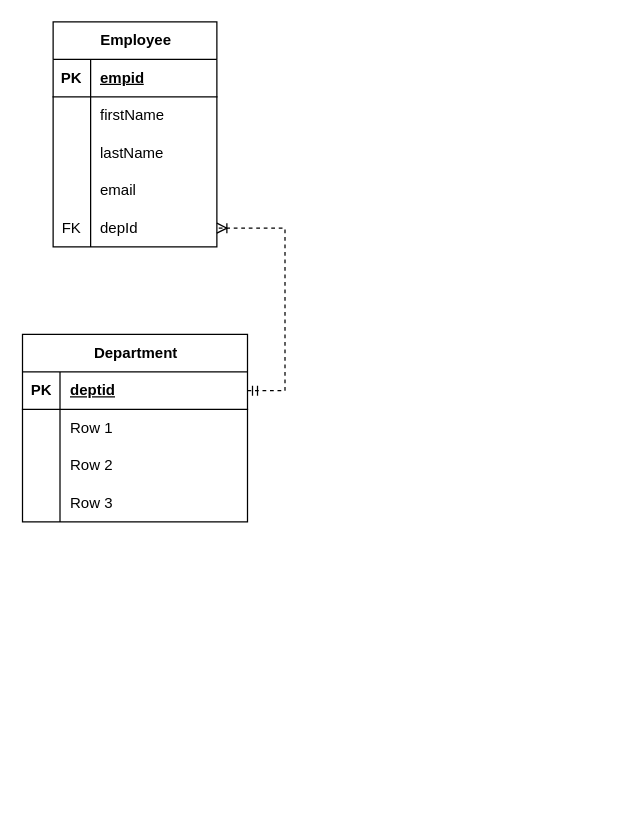
ElleCrowe/EntityRelationshipDiagram keeps this draw.io diagram as Untitled Diagram.drawio. Above is the earlier version. Source tidied: cells renumbered, new cells numbered last; positions are measured from the earlier drawing's top-left corner, leaving out a move shared by most shapes. Both pictures are drawn from the tidied source at 125%, with x=0, y=0 at pixel (22, 21).
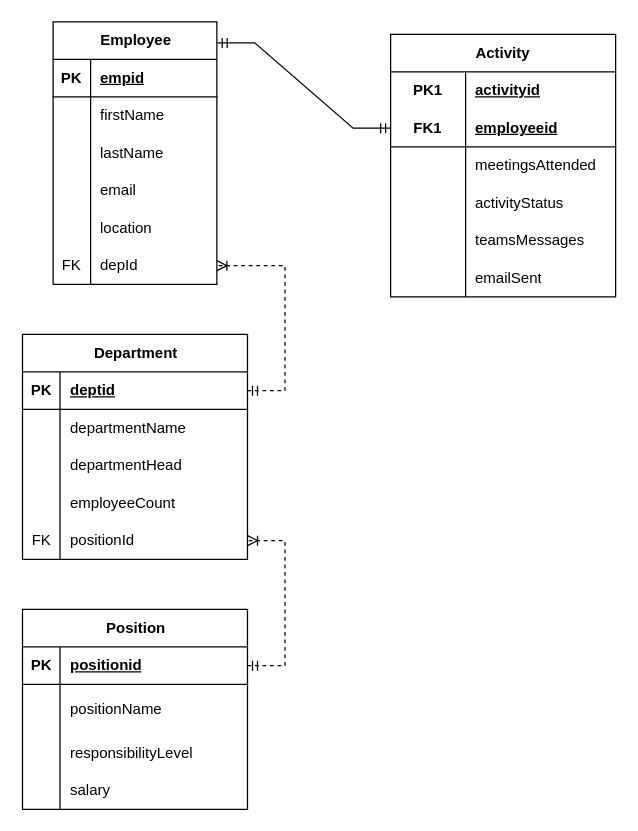
Above is the later version.

The change refers to these unchanged cells:
```xml
<mxCell id="22" style="shape=tableRow;horizontal=0;startSize=0;swimlaneHead=0;swimlaneBody=0;fillColor=none;top=0;left=0;right=0;bottom=0;" parent="18" vertex="1">
  <mxGeometry y="60" width="180" height="30" as="geometry" />
</mxCell>
<mxCell id="25" style="shape=tableRow;horizontal=0;startSize=0;swimlaneHead=0;swimlaneBody=0;fillColor=none;top=0;left=0;right=0;bottom=0;" parent="18" vertex="1">
  <mxGeometry y="90" width="180" height="30" as="geometry" />
</mxCell>
<mxCell id="28" style="shape=tableRow;horizontal=0;startSize=0;swimlaneHead=0;swimlaneBody=0;fillColor=none;top=0;left=0;right=0;bottom=0;" parent="18" vertex="1">
  <mxGeometry y="120" width="180" height="30" as="geometry" />
</mxCell>
```

The edit, as a diff of the source:
```diff
@@
     <mxCell id="2" value="Employee" style="shape=table;startSize=30;childLayout=tableLayout;rowLines=0;fontStyle=1;align=center;html=1;" parent="1" vertex="1">
-      <mxGeometry x="24" width="131" height="180" as="geometry" />
+      <mxGeometry x="24" width="131" height="210" as="geometry" />
     </mxCell>
@@
+    <mxCell id="32" style="shape=tableRow;horizontal=0;startSize=0;swimlaneHead=0;swimlaneBody=0;fillColor=none;top=0;left=0;right=0;bottom=0;" parent="2" vertex="1">
+      <mxGeometry y="150" width="131" height="30" as="geometry" />
+    </mxCell>
+    <mxCell id="33" style="shape=partialRectangle;fillColor=none;top=0;left=0;bottom=0;right=0;overflow=hidden;whiteSpace=wrap;html=1;" parent="32" vertex="1">
+      <mxGeometry width="30" height="30" as="geometry" />
+    </mxCell>
+    <mxCell id="34" value="location" style="shape=partialRectangle;fillColor=none;top=0;left=0;bottom=0;right=0;align=left;spacingLeft=6;overflow=hidden;whiteSpace=wrap;html=1;" parent="32" vertex="1">
+      <mxGeometry x="30" width="101" height="30" as="geometry" />
+    </mxCell>
     <mxCell id="15" style="shape=tableRow;horizontal=0;startSize=0;swimlaneHead=0;swimlaneBody=0;fillColor=none;points=[[0,0.5],[1,0.5]];portConstraint=eastwest;top=0;left=0;right=0;bottom=0;" parent="2" vertex="1">
-      <mxGeometry y="150" width="131" height="30" as="geometry" />
+      <mxGeometry y="180" width="131" height="30" as="geometry" />
     </mxCell>
@@
     <mxCell id="18" value="Department" style="shape=table;startSize=30;childLayout=tableLayout;rowLines=0;fontStyle=1;align=center;html=1;" parent="1" vertex="1">
-      <mxGeometry x="-0.5" y="250" width="180" height="150" as="geometry" />
+      <mxGeometry x="-0.5" y="250" width="180" height="180" as="geometry" />
     </mxCell>
@@
-    <mxCell id="24" value="Row 1" style="shape=partialRectangle;fillColor=none;top=0;left=0;bottom=0;right=0;align=left;spacingLeft=6;overflow=hidden;whiteSpace=wrap;html=1;" parent="22" vertex="1">
+    <mxCell id="24" value="departmentName" style="shape=partialRectangle;fillColor=none;top=0;left=0;bottom=0;right=0;align=left;spacingLeft=6;overflow=hidden;whiteSpace=wrap;html=1;" parent="22" vertex="1">
       <mxGeometry x="30" width="150" height="30" as="geometry" />
     </mxCell>
@@
-    <mxCell id="27" value="Row 2" style="shape=partialRectangle;fillColor=none;top=0;left=0;bottom=0;right=0;align=left;spacingLeft=6;overflow=hidden;whiteSpace=wrap;html=1;" parent="25" vertex="1">
+    <mxCell id="27" value="departmentHead" style="shape=partialRectangle;fillColor=none;top=0;left=0;bottom=0;right=0;align=left;spacingLeft=6;overflow=hidden;whiteSpace=wrap;html=1;" parent="25" vertex="1">
       <mxGeometry x="30" width="150" height="30" as="geometry" />
     </mxCell>
@@
-    <mxCell id="30" value="Row 3" style="shape=partialRectangle;fillColor=none;top=0;left=0;bottom=0;right=0;align=left;spacingLeft=6;overflow=hidden;whiteSpace=wrap;html=1;" parent="28" vertex="1">
+    <mxCell id="30" value="employeeCount" style="shape=partialRectangle;fillColor=none;top=0;left=0;bottom=0;right=0;align=left;spacingLeft=6;overflow=hidden;whiteSpace=wrap;html=1;" parent="28" vertex="1">
       <mxGeometry x="30" width="150" height="30" as="geometry" />
     </mxCell>
+    <mxCell id="35" style="shape=tableRow;horizontal=0;startSize=0;swimlaneHead=0;swimlaneBody=0;fillColor=none;points=[[0,0.5],[1,0.5]];portConstraint=eastwest;top=0;left=0;right=0;bottom=0;" parent="18" vertex="1">
+      <mxGeometry y="150" width="180" height="30" as="geometry" />
+    </mxCell>
+    <mxCell id="36" value="FK" style="shape=partialRectangle;fillColor=none;top=0;left=0;bottom=0;right=0;overflow=hidden;whiteSpace=wrap;html=1;" parent="35" vertex="1">
+      <mxGeometry width="30" height="30" as="geometry" />
+    </mxCell>
+    <mxCell id="37" value="positionId" style="shape=partialRectangle;fillColor=none;top=0;left=0;bottom=0;right=0;align=left;spacingLeft=6;overflow=hidden;whiteSpace=wrap;html=1;" parent="35" vertex="1">
+      <mxGeometry x="30" width="150" height="30" as="geometry" />
+    </mxCell>
@@
+    <mxCell id="38" value="Position" style="shape=table;startSize=30;childLayout=tableLayout;rowLines=0;fontStyle=1;align=center;html=1;" parent="1" vertex="1">
+      <mxGeometry x="-0.5" y="470" width="180" height="160" as="geometry" />
+    </mxCell>
+    <mxCell id="39" style="shape=tableRow;horizontal=0;startSize=0;swimlaneHead=0;swimlaneBody=0;fillColor=none;points=[[0,0.5],[1,0.5]];portConstraint=eastwest;top=0;left=0;right=0;bottom=1;" parent="38" vertex="1">
+      <mxGeometry y="30" width="180" height="30" as="geometry" />
+    </mxCell>
+    <mxCell id="40" value="PK" style="shape=partialRectangle;fillColor=none;top=0;left=0;bottom=0;right=0;fontStyle=1;overflow=hidden;whiteSpace=wrap;html=1;" parent="39" vertex="1">
+      <mxGeometry width="30" height="30" as="geometry" />
+    </mxCell>
+    <mxCell id="41" value="positionid" style="shape=partialRectangle;fillColor=none;top=0;left=0;bottom=0;right=0;align=left;spacingLeft=6;fontStyle=5;overflow=hidden;whiteSpace=wrap;html=1;" parent="39" vertex="1">
+      <mxGeometry x="30" width="150" height="30" as="geometry" />
+    </mxCell>
+    <mxCell id="42" style="shape=tableRow;horizontal=0;startSize=0;swimlaneHead=0;swimlaneBody=0;fillColor=none;top=0;left=0;right=0;bottom=0;" parent="38" vertex="1">
+      <mxGeometry y="60" width="180" height="40" as="geometry" />
+    </mxCell>
+    <mxCell id="43" style="shape=partialRectangle;fillColor=none;top=0;left=0;bottom=0;right=0;overflow=hidden;whiteSpace=wrap;html=1;" parent="42" vertex="1">
+      <mxGeometry width="30" height="40" as="geometry" />
+    </mxCell>
+    <mxCell id="44" value="positionName" style="shape=partialRectangle;fillColor=none;top=0;left=0;bottom=0;right=0;align=left;spacingLeft=6;overflow=hidden;whiteSpace=wrap;html=1;" parent="42" vertex="1">
+      <mxGeometry x="30" width="150" height="40" as="geometry" />
+    </mxCell>
+    <mxCell id="45" style="shape=tableRow;horizontal=0;startSize=0;swimlaneHead=0;swimlaneBody=0;fillColor=none;top=0;left=0;right=0;bottom=0;" parent="38" vertex="1">
+      <mxGeometry y="100" width="180" height="30" as="geometry" />
+    </mxCell>
+    <mxCell id="46" style="shape=partialRectangle;fillColor=none;top=0;left=0;bottom=0;right=0;overflow=hidden;whiteSpace=wrap;html=1;" parent="45" vertex="1">
+      <mxGeometry width="30" height="30" as="geometry" />
+    </mxCell>
+    <mxCell id="47" value="responsibilityLevel" style="shape=partialRectangle;fillColor=none;top=0;left=0;bottom=0;right=0;align=left;spacingLeft=6;overflow=hidden;whiteSpace=wrap;html=1;" parent="45" vertex="1">
+      <mxGeometry x="30" width="150" height="30" as="geometry" />
+    </mxCell>
+    <mxCell id="48" style="shape=tableRow;horizontal=0;startSize=0;swimlaneHead=0;swimlaneBody=0;fillColor=none;top=0;left=0;right=0;bottom=0;" parent="38" vertex="1">
+      <mxGeometry y="130" width="180" height="30" as="geometry" />
+    </mxCell>
+    <mxCell id="49" style="shape=partialRectangle;fillColor=none;top=0;left=0;bottom=0;right=0;overflow=hidden;whiteSpace=wrap;html=1;" parent="48" vertex="1">
+      <mxGeometry width="30" height="30" as="geometry" />
+    </mxCell>
+    <mxCell id="50" value="salary" style="shape=partialRectangle;fillColor=none;top=0;left=0;bottom=0;right=0;align=left;spacingLeft=6;overflow=hidden;whiteSpace=wrap;html=1;" parent="48" vertex="1">
+      <mxGeometry x="30" width="150" height="30" as="geometry" />
+    </mxCell>
+    <mxCell id="51" style="edgeStyle=entityRelationEdgeStyle;fontSize=12;html=1;endArrow=ERoneToMany;startArrow=ERmandOne;rounded=0;exitX=1;exitY=0.5;exitDx=0;exitDy=0;entryX=1;entryY=0.5;entryDx=0;entryDy=0;dashed=1;" parent="1" edge="1" source="39" target="35">
+      <mxGeometry relative="1" as="geometry">
+        <Array as="points">
+          <mxPoint x="364.5" y="425" />
+          <mxPoint x="378.5" y="315" />
+        </Array>
+      </mxGeometry>
+    </mxCell>
+    <mxCell id="52" value="Activity" style="shape=table;startSize=30;childLayout=tableLayout;rowLines=0;fontStyle=1;align=center;html=1;whiteSpace=wrap;" parent="1" vertex="1">
+      <mxGeometry x="294" y="10" width="180" height="210" as="geometry" />
+    </mxCell>
+    <mxCell id="53" style="shape=tableRow;horizontal=0;startSize=0;swimlaneHead=0;swimlaneBody=0;fillColor=none;top=0;left=0;right=0;bottom=0;html=1;" parent="52" vertex="1">
+      <mxGeometry y="30" width="180" height="30" as="geometry" />
+    </mxCell>
+    <mxCell id="54" value="PK1" style="shape=partialRectangle;fillColor=none;top=0;left=0;bottom=0;right=0;fontStyle=1;overflow=hidden;html=1;whiteSpace=wrap;" parent="53" vertex="1">
+      <mxGeometry width="60" height="30" as="geometry" />
+    </mxCell>
+    <mxCell id="55" value="activityid" style="shape=partialRectangle;fillColor=none;top=0;left=0;bottom=0;right=0;align=left;spacingLeft=6;fontStyle=5;overflow=hidden;html=1;whiteSpace=wrap;" parent="53" vertex="1">
+      <mxGeometry x="60" width="120" height="30" as="geometry" />
+    </mxCell>
+    <mxCell id="56" style="shape=tableRow;horizontal=0;startSize=0;swimlaneHead=0;swimlaneBody=0;fillColor=none;points=[[0,0.5],[1,0.5]];portConstraint=eastwest;top=0;left=0;right=0;bottom=1;html=1;" parent="52" vertex="1">
+      <mxGeometry y="60" width="180" height="30" as="geometry" />
+    </mxCell>
+    <mxCell id="57" value="FK1" style="shape=partialRectangle;fillColor=none;top=0;left=0;bottom=0;right=0;fontStyle=1;overflow=hidden;html=1;whiteSpace=wrap;" parent="56" vertex="1">
+      <mxGeometry width="60" height="30" as="geometry" />
+    </mxCell>
+    <mxCell id="58" value="employeeid" style="shape=partialRectangle;fillColor=none;top=0;left=0;bottom=0;right=0;align=left;spacingLeft=6;fontStyle=5;overflow=hidden;html=1;whiteSpace=wrap;" parent="56" vertex="1">
+      <mxGeometry x="60" width="120" height="30" as="geometry" />
+    </mxCell>
+    <mxCell id="59" style="shape=tableRow;horizontal=0;startSize=0;swimlaneHead=0;swimlaneBody=0;fillColor=none;top=0;left=0;right=0;bottom=0;html=1;" parent="52" vertex="1">
+      <mxGeometry y="90" width="180" height="30" as="geometry" />
+    </mxCell>
+    <mxCell id="60" style="shape=partialRectangle;fillColor=none;top=0;left=0;bottom=0;right=0;overflow=hidden;html=1;whiteSpace=wrap;" parent="59" vertex="1">
+      <mxGeometry width="60" height="30" as="geometry" />
+    </mxCell>
+    <mxCell id="61" value="meetingsAttended" style="shape=partialRectangle;fillColor=none;top=0;left=0;bottom=0;right=0;align=left;spacingLeft=6;overflow=hidden;html=1;whiteSpace=wrap;" parent="59" vertex="1">
+      <mxGeometry x="60" width="120" height="30" as="geometry" />
+    </mxCell>
+    <mxCell id="62" style="shape=tableRow;horizontal=0;startSize=0;swimlaneHead=0;swimlaneBody=0;fillColor=none;top=0;left=0;right=0;bottom=0;html=1;" parent="52" vertex="1">
+      <mxGeometry y="120" width="180" height="30" as="geometry" />
+    </mxCell>
+    <mxCell id="63" style="shape=partialRectangle;fillColor=none;top=0;left=0;bottom=0;right=0;overflow=hidden;html=1;whiteSpace=wrap;" parent="62" vertex="1">
+      <mxGeometry width="60" height="30" as="geometry" />
+    </mxCell>
+    <mxCell id="64" value="activityStatus" style="shape=partialRectangle;fillColor=none;top=0;left=0;bottom=0;right=0;align=left;spacingLeft=6;overflow=hidden;html=1;whiteSpace=wrap;" parent="62" vertex="1">
+      <mxGeometry x="60" width="120" height="30" as="geometry" />
+    </mxCell>
+    <mxCell id="65" style="shape=tableRow;horizontal=0;startSize=0;swimlaneHead=0;swimlaneBody=0;fillColor=none;top=0;left=0;right=0;bottom=0;html=1;" parent="52" vertex="1">
+      <mxGeometry y="150" width="180" height="30" as="geometry" />
+    </mxCell>
+    <mxCell id="66" style="shape=partialRectangle;fillColor=none;top=0;left=0;bottom=0;right=0;overflow=hidden;html=1;whiteSpace=wrap;" parent="65" vertex="1">
+      <mxGeometry width="60" height="30" as="geometry" />
+    </mxCell>
+    <mxCell id="67" value="teamsMessages" style="shape=partialRectangle;fillColor=none;top=0;left=0;bottom=0;right=0;align=left;spacingLeft=6;overflow=hidden;html=1;whiteSpace=wrap;" parent="65" vertex="1">
+      <mxGeometry x="60" width="120" height="30" as="geometry" />
+    </mxCell>
+    <mxCell id="68" style="shape=tableRow;horizontal=0;startSize=0;swimlaneHead=0;swimlaneBody=0;fillColor=none;top=0;left=0;right=0;bottom=0;html=1;" parent="52" vertex="1">
+      <mxGeometry y="180" width="180" height="30" as="geometry" />
+    </mxCell>
+    <mxCell id="69" style="shape=partialRectangle;fillColor=none;top=0;left=0;bottom=0;right=0;overflow=hidden;html=1;whiteSpace=wrap;" parent="68" vertex="1">
+      <mxGeometry width="60" height="30" as="geometry" />
+    </mxCell>
+    <mxCell id="70" value="emailSent" style="shape=partialRectangle;fillColor=none;top=0;left=0;bottom=0;right=0;align=left;spacingLeft=6;overflow=hidden;html=1;whiteSpace=wrap;" parent="68" vertex="1">
+      <mxGeometry x="60" width="120" height="30" as="geometry" />
+    </mxCell>
+    <mxCell id="71" style="edgeStyle=entityRelationEdgeStyle;fontSize=12;html=1;endArrow=ERmandOne;startArrow=ERmandOne;rounded=0;exitX=1.002;exitY=0.08;exitDx=0;exitDy=0;exitPerimeter=0;entryX=0;entryY=0.5;entryDx=0;entryDy=0;" parent="1" edge="1" source="2" target="56">
+      <mxGeometry relative="1" as="geometry" />
+    </mxCell>
```
